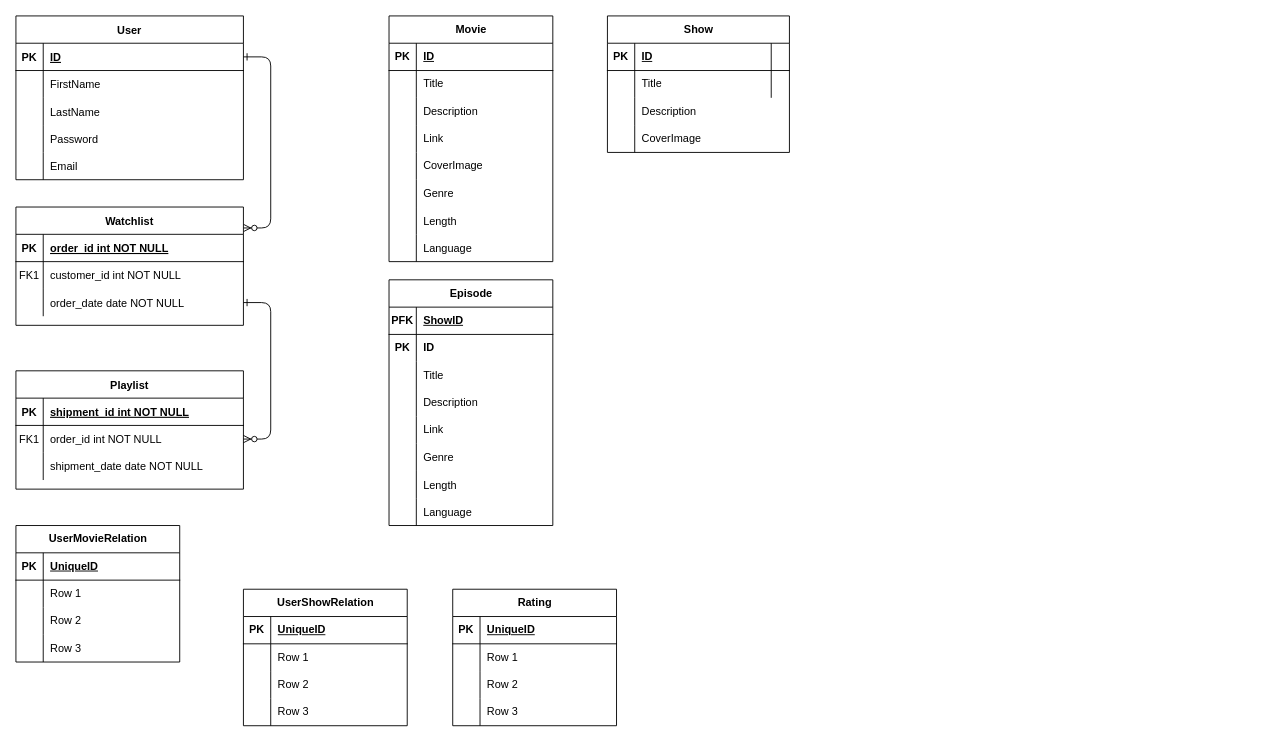
The draw.io diagram Freeflix.drawio in AbhinRustagi/Freeflix, before the edit. Source tidied: cells renumbered, new cells numbered last; positions are measured from the earlier drawing's top-left corner, leaving out a move shared by most shapes. Both pictures are drawn from the tidied source at 91%, with x=0, y=0 at pixel (15, 15).
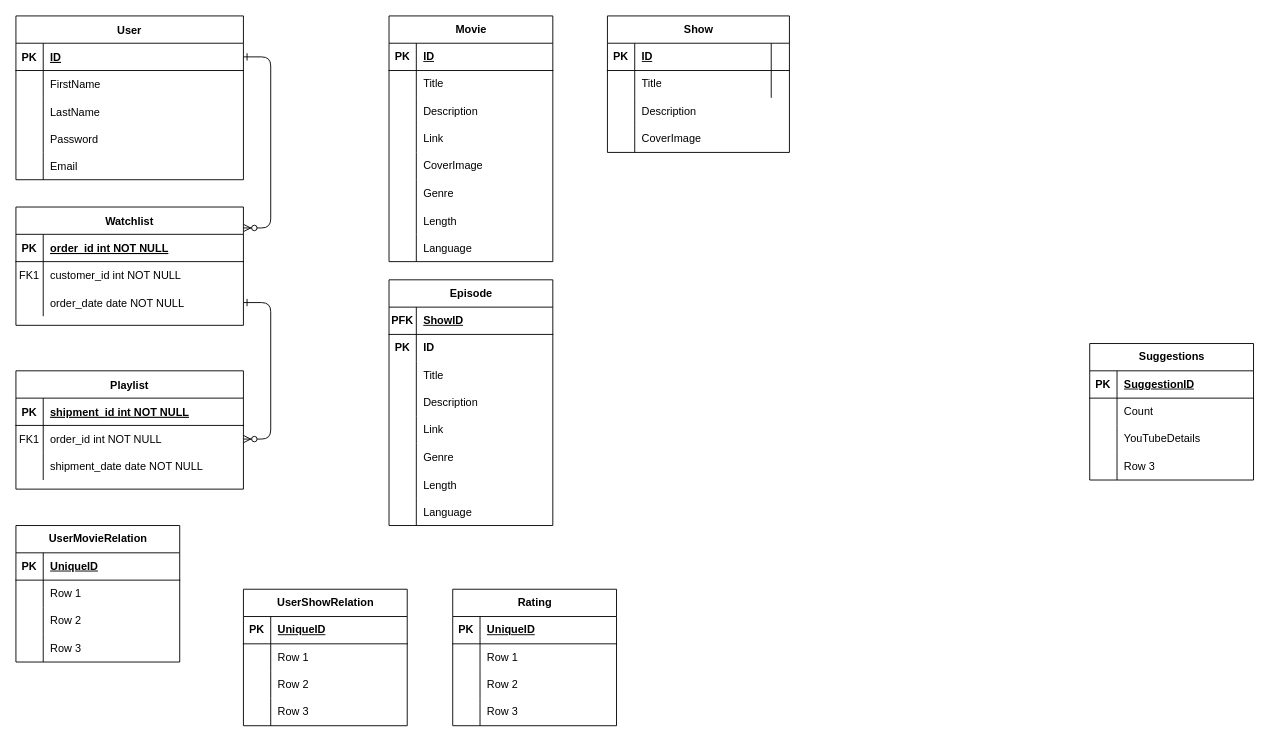
After the change.

Change to the diagram source:
```diff
@@
+    <mxCell id="144" value="&lt;div&gt;Suggestions&lt;/div&gt;" style="shape=table;startSize=30;childLayout=tableLayout;rowLines=0;fontStyle=1;align=center;html=1;" parent="1" vertex="1">
+      <mxGeometry x="1180" y="360" width="180" height="150" as="geometry" />
+    </mxCell>
+    <mxCell id="145" style="shape=tableRow;horizontal=0;startSize=0;swimlaneHead=0;swimlaneBody=0;fillColor=none;top=0;left=0;right=0;bottom=1;" parent="144" vertex="1">
+      <mxGeometry y="30" width="180" height="30" as="geometry" />
+    </mxCell>
+    <mxCell id="146" value="PK" style="shape=partialRectangle;fillColor=none;top=0;left=0;bottom=0;right=0;fontStyle=1;overflow=hidden;whiteSpace=wrap;html=1;" parent="145" vertex="1">
+      <mxGeometry width="30" height="30" as="geometry" />
+    </mxCell>
+    <mxCell id="147" value="SuggestionID" style="shape=partialRectangle;fillColor=none;top=0;left=0;bottom=0;right=0;align=left;spacingLeft=6;fontStyle=5;overflow=hidden;whiteSpace=wrap;html=1;" parent="145" vertex="1">
+      <mxGeometry x="30" width="150" height="30" as="geometry" />
+    </mxCell>
+    <mxCell id="148" style="shape=tableRow;horizontal=0;startSize=0;swimlaneHead=0;swimlaneBody=0;fillColor=none;top=0;left=0;right=0;bottom=0;" parent="144" vertex="1">
+      <mxGeometry y="60" width="180" height="30" as="geometry" />
+    </mxCell>
+    <mxCell id="149" style="shape=partialRectangle;fillColor=none;top=0;left=0;bottom=0;right=0;overflow=hidden;whiteSpace=wrap;html=1;" parent="148" vertex="1">
+      <mxGeometry width="30" height="30" as="geometry" />
+    </mxCell>
+    <mxCell id="150" value="Count" style="shape=partialRectangle;fillColor=none;top=0;left=0;bottom=0;right=0;align=left;spacingLeft=6;overflow=hidden;whiteSpace=wrap;html=1;" parent="148" vertex="1">
+      <mxGeometry x="30" width="150" height="30" as="geometry" />
+    </mxCell>
+    <mxCell id="151" style="shape=tableRow;horizontal=0;startSize=0;swimlaneHead=0;swimlaneBody=0;fillColor=none;top=0;left=0;right=0;bottom=0;" parent="144" vertex="1">
+      <mxGeometry y="90" width="180" height="30" as="geometry" />
+    </mxCell>
+    <mxCell id="152" style="shape=partialRectangle;fillColor=none;top=0;left=0;bottom=0;right=0;overflow=hidden;whiteSpace=wrap;html=1;" parent="151" vertex="1">
+      <mxGeometry width="30" height="30" as="geometry" />
+    </mxCell>
+    <mxCell id="153" value="YouTubeDetails" style="shape=partialRectangle;fillColor=none;top=0;left=0;bottom=0;right=0;align=left;spacingLeft=6;overflow=hidden;whiteSpace=wrap;html=1;" parent="151" vertex="1">
+      <mxGeometry x="30" width="150" height="30" as="geometry" />
+    </mxCell>
+    <mxCell id="154" style="shape=tableRow;horizontal=0;startSize=0;swimlaneHead=0;swimlaneBody=0;fillColor=none;top=0;left=0;right=0;bottom=0;" parent="144" vertex="1">
+      <mxGeometry y="120" width="180" height="30" as="geometry" />
+    </mxCell>
+    <mxCell id="155" style="shape=partialRectangle;fillColor=none;top=0;left=0;bottom=0;right=0;overflow=hidden;whiteSpace=wrap;html=1;" parent="154" vertex="1">
+      <mxGeometry width="30" height="30" as="geometry" />
+    </mxCell>
+    <mxCell id="156" value="Row 3" style="shape=partialRectangle;fillColor=none;top=0;left=0;bottom=0;right=0;align=left;spacingLeft=6;overflow=hidden;whiteSpace=wrap;html=1;" parent="154" vertex="1">
+      <mxGeometry x="30" width="150" height="30" as="geometry" />
+    </mxCell>
```
